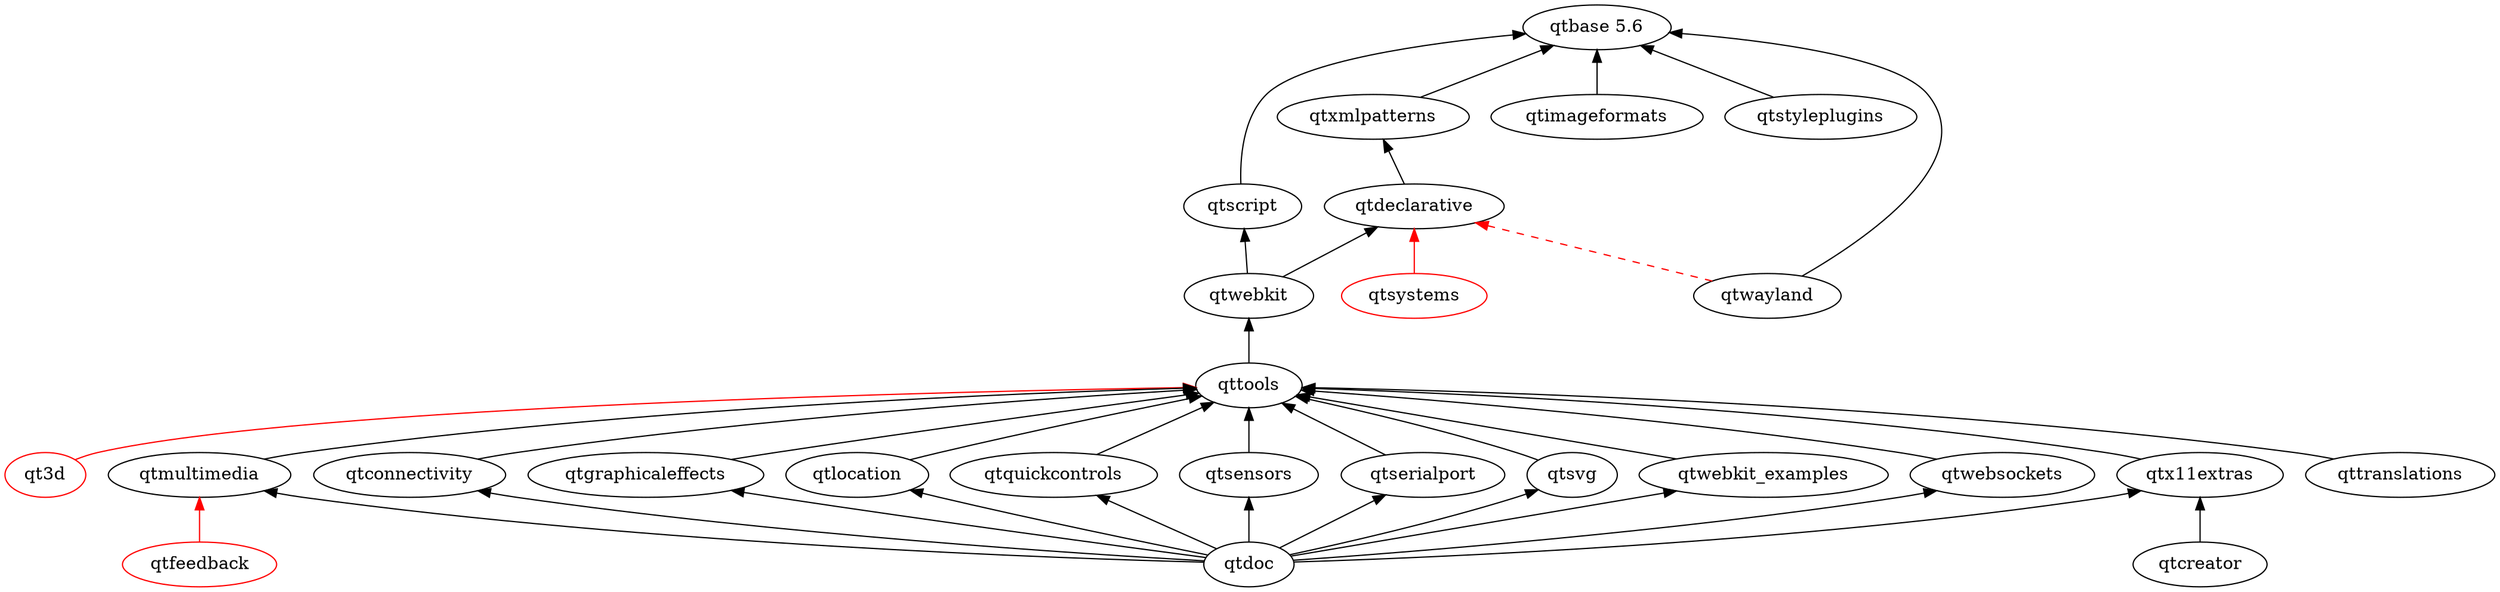
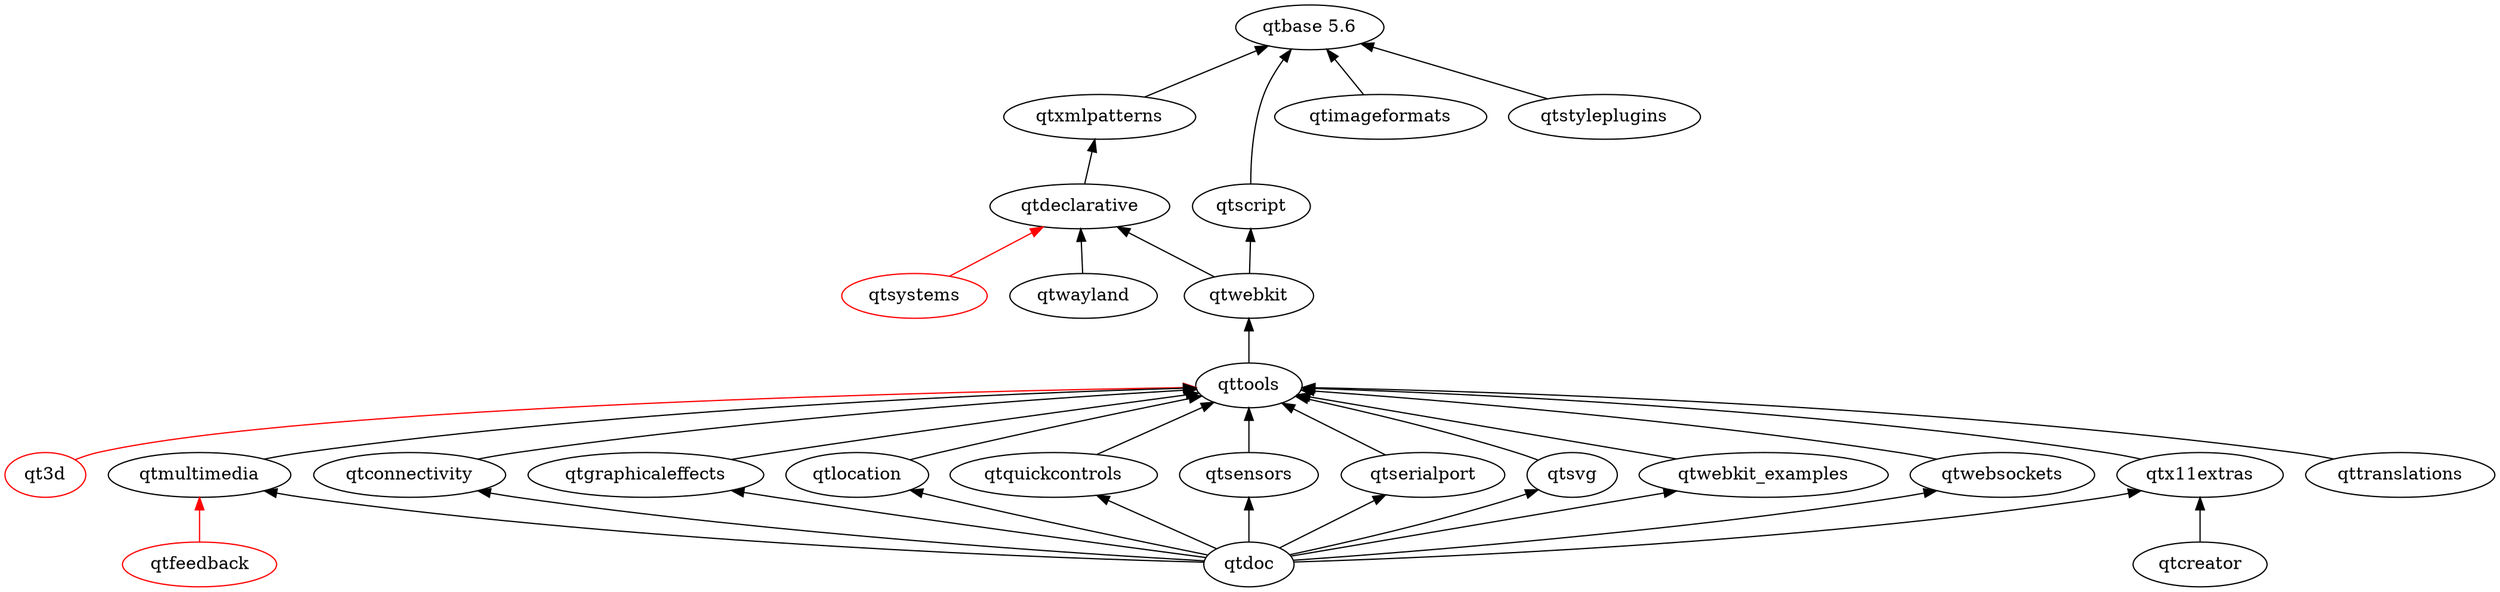
digraph qt5 {
  graph [
    rankdir = "BT"
  ]

  qt3d [ color = red ]
  "qtbase 5.6"
  qtconnectivity
  qtcreator
  qtdeclarative
  qtdoc
  qtfeedback [ color = red ]
  qtgraphicaleffects
  qtimageformats
  qtlocation
  qtmultimedia
  qtquickcontrols
  qtscript
  qtsensors
  qtserialport
  qtstyleplugins
  qtsvg
  qtsystems [ color = red ]
  qttools
  qttranslations
  qtwayland
  qtwebkit
  qtwebkit_examples
  qtwebsockets
  qtx11extras
  qtxmlpatterns

  qtconnectivity -> qttools
  qtcreator -> qtx11extras
  qtdeclarative -> qtxmlpatterns
  qtdoc -> qtgraphicaleffects
  qtdoc -> qtmultimedia
  qtdoc -> qtlocation
  qtdoc -> qtquickcontrols
  qtdoc -> qtsensors
  qtdoc -> qtserialport
  qtdoc -> qtsvg
  qtdoc -> qtx11extras
  qtdoc -> qtwebkit_examples
  qtdoc -> qtwebsockets
  qtdoc -> qtconnectivity
  qtgraphicaleffects -> qttools
  qtimageformats -> "qtbase 5.6"
  qtmultimedia -> qttools
  qtquickcontrols -> qttools
  qtsensors -> qttools
  qtserialport -> qttools
  qtscript -> "qtbase 5.6"
  qtstyleplugins -> "qtbase 5.6"
  qtsvg -> qttools
  qttools -> qtwebkit
  qttranslations -> qttools
-   qtwayland -> "qtbase 5.6"
+   qtwayland -> qtdeclarative
  qtwebkit -> qtscript
  qtwebkit -> qtdeclarative
  qtwebkit_examples -> qttools
  qtwebsockets -> qttools
  qtx11extras -> qttools
  qtxmlpatterns -> "qtbase 5.6"
  qtlocation -> qttools

  // unsure/not-uploaded
  qt3d -> qttools [ color = red ]
  qtfeedback -> qtmultimedia [ color = red ]
  qtsystems -> qtdeclarative [ color = red ]
-   qtwayland -> qtdeclarative [ color = red style = dashed ]
}
